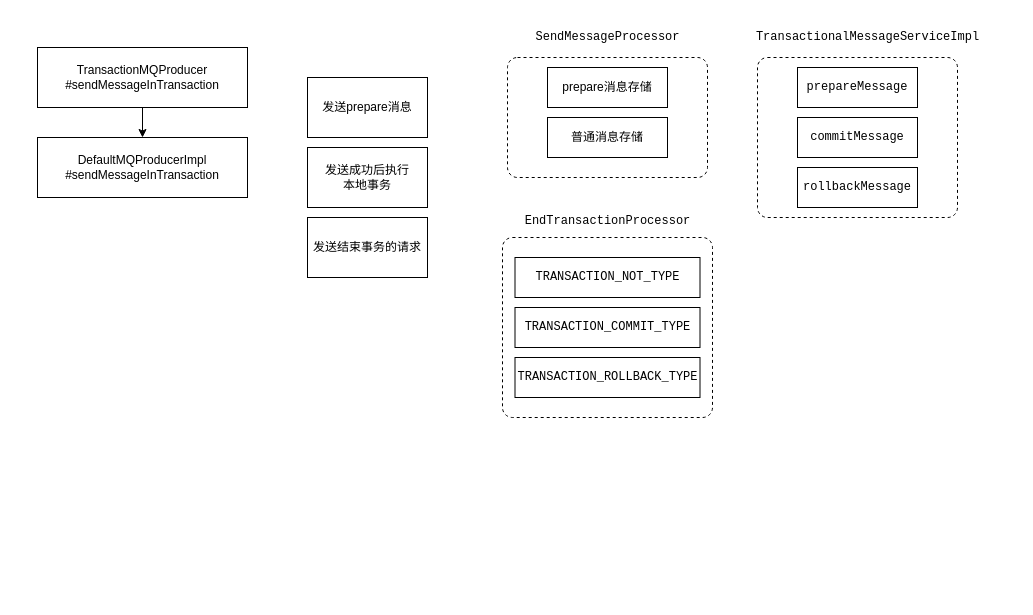
Above: rocketmq/事务消息.drawio in erlieStar/diagrams (draw.io), before the change. Source tidied: cells renumbered, new cells numbered last; positions are measured from the earlier drawing's top-left corner, leaving out a move shared by most shapes. Both pictures are drawn from the tidied source at 100%, with x=0, y=0 at pixel (37, 17).
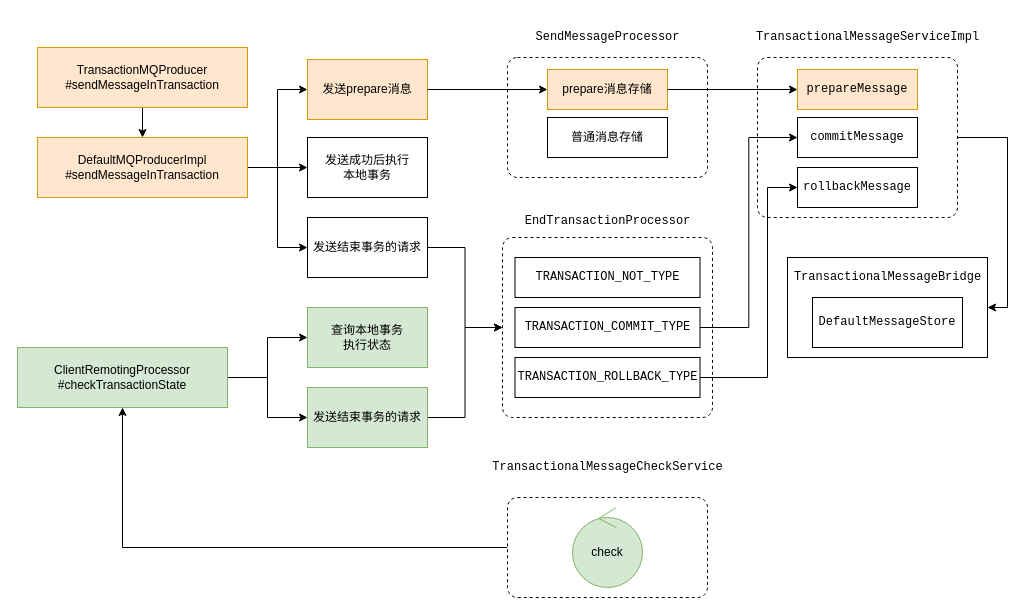
The same diagram, later.

Unchanged cells that the change refers to:
```xml
<mxCell id="7" value="发送结束事务的请求" style="rounded=0;whiteSpace=wrap;html=1;" parent="1" vertex="1">
  <mxGeometry x="270" y="200" width="120" height="60" as="geometry" />
</mxCell>
<mxCell id="13" style="html=1;align=center;verticalAlign=top;rounded=1;absoluteArcSize=1;arcSize=20;dashed=1;" parent="1" vertex="1">
  <mxGeometry x="720" y="40" width="200" height="160" as="geometry" />
</mxCell>
<mxCell id="15" value="&lt;pre&gt;commitMessage&lt;/pre&gt;" style="rounded=0;whiteSpace=wrap;html=1;" parent="1" vertex="1">
  <mxGeometry x="760" y="100" width="120" height="40" as="geometry" />
</mxCell>
<mxCell id="16" value="&lt;pre&gt;&lt;pre&gt;rollbackMessage&lt;/pre&gt;&lt;/pre&gt;" style="rounded=0;whiteSpace=wrap;html=1;" parent="1" vertex="1">
  <mxGeometry x="760" y="150" width="120" height="40" as="geometry" />
</mxCell>
<mxCell id="17" style="html=1;align=center;verticalAlign=top;rounded=1;absoluteArcSize=1;arcSize=20;dashed=1;" parent="1" vertex="1">
  <mxGeometry x="465" y="220" width="210" height="180" as="geometry" />
</mxCell>
<mxCell id="20" value="&lt;pre&gt;&lt;pre&gt;TRANSACTION_COMMIT_TYPE&lt;/pre&gt;&lt;/pre&gt;" style="rounded=0;whiteSpace=wrap;html=1;" parent="1" vertex="1">
  <mxGeometry x="477.5" y="290" width="185" height="40" as="geometry" />
</mxCell>
<mxCell id="21" value="&lt;pre&gt;&lt;pre&gt;&lt;pre&gt;TRANSACTION_ROLLBACK_TYPE&lt;/pre&gt;&lt;/pre&gt;&lt;/pre&gt;" style="rounded=0;whiteSpace=wrap;html=1;" parent="1" vertex="1">
  <mxGeometry x="477.5" y="340" width="185" height="40" as="geometry" />
</mxCell>
```

The edit, as a diff of the source:
```diff
@@
+    <mxCell id="22" style="rounded=0;whiteSpace=wrap;html=1;" parent="1" vertex="1">
+      <mxGeometry x="750" y="240" width="200" height="100" as="geometry" />
+    </mxCell>
@@
-    <mxCell id="3" value="TransactionMQProducer&lt;br&gt;#sendMessageInTransaction" style="rounded=0;whiteSpace=wrap;html=1;" parent="1" vertex="1">
+    <mxCell id="3" value="TransactionMQProducer&lt;br&gt;#sendMessageInTransaction" style="rounded=0;whiteSpace=wrap;html=1;fillColor=#ffe6cc;strokeColor=#d79b00;" parent="1" vertex="1">
       <mxGeometry y="30" width="210" height="60" as="geometry" />
     </mxCell>
+    <mxCell id="23" style="edgeStyle=orthogonalEdgeStyle;rounded=0;jettySize=auto;html=1;exitX=1;exitY=0.5;exitDx=0;exitDy=0;entryX=0;entryY=0.5;entryDx=0;entryDy=0;" parent="1" edge="1" source="4" target="5">
+      <mxGeometry relative="1" as="geometry" />
+    </mxCell>
+    <mxCell id="24" style="edgeStyle=orthogonalEdgeStyle;rounded=0;jettySize=auto;html=1;exitX=1;exitY=0.5;exitDx=0;exitDy=0;entryX=0;entryY=0.5;entryDx=0;entryDy=0;" parent="1" edge="1" source="4" target="6">
+      <mxGeometry relative="1" as="geometry" />
+    </mxCell>
+    <mxCell id="25" style="edgeStyle=orthogonalEdgeStyle;rounded=0;jettySize=auto;html=1;exitX=1;exitY=0.5;exitDx=0;exitDy=0;entryX=0;entryY=0.5;entryDx=0;entryDy=0;" parent="1" edge="1" source="4" target="7">
+      <mxGeometry relative="1" as="geometry" />
+    </mxCell>
-    <mxCell id="4" value="DefaultMQProducerImpl&lt;br&gt;#sendMessageInTransaction" style="rounded=0;whiteSpace=wrap;html=1;" parent="1" vertex="1">
+    <mxCell id="4" value="DefaultMQProducerImpl&lt;br&gt;#sendMessageInTransaction" style="rounded=0;whiteSpace=wrap;html=1;fillColor=#ffe6cc;strokeColor=#d79b00;" parent="1" vertex="1">
       <mxGeometry y="120" width="210" height="60" as="geometry" />
     </mxCell>
-    <mxCell id="5" value="发送prepare消息" style="rounded=0;whiteSpace=wrap;html=1;" parent="1" vertex="1">
-      <mxGeometry x="270" y="60" width="120" height="60" as="geometry" />
+    <mxCell id="5" value="发送prepare消息" style="rounded=0;whiteSpace=wrap;html=1;fillColor=#ffe6cc;strokeColor=#d79b00;" parent="1" vertex="1">
+      <mxGeometry x="270" y="42" width="120" height="60" as="geometry" />
     </mxCell>
     <mxCell id="6" value="发送成功后执行&lt;br&gt;本地事务" style="rounded=0;whiteSpace=wrap;html=1;" parent="1" vertex="1">
-      <mxGeometry x="270" y="130" width="120" height="60" as="geometry" />
+      <mxGeometry x="270" y="120" width="120" height="60" as="geometry" />
     </mxCell>
+    <mxCell id="26" style="edgeStyle=orthogonalEdgeStyle;rounded=0;jettySize=auto;html=1;exitX=1;exitY=0.5;exitDx=0;exitDy=0;entryX=0;entryY=0.5;entryDx=0;entryDy=0;" parent="1" edge="1" source="7" target="17">
+      <mxGeometry relative="1" as="geometry" />
+    </mxCell>
@@
-    <mxCell id="10" value="prepare消息存储" style="rounded=0;whiteSpace=wrap;html=1;" parent="1" vertex="1">
-      <mxGeometry x="510" y="50" width="120" height="40" as="geometry" />
+    <mxCell id="10" value="prepare消息存储" style="rounded=0;whiteSpace=wrap;html=1;fillColor=#ffe6cc;strokeColor=#d79b00;" parent="1" vertex="1">
+      <mxGeometry x="510" y="52" width="120" height="40" as="geometry" />
     </mxCell>
@@
+    <mxCell id="27" style="edgeStyle=orthogonalEdgeStyle;rounded=0;jettySize=auto;html=1;exitX=1;exitY=0.5;exitDx=0;exitDy=0;entryX=1;entryY=0.5;entryDx=0;entryDy=0;" parent="1" edge="1" source="13" target="22">
+      <mxGeometry relative="1" as="geometry" />
+    </mxCell>
@@
-    <mxCell id="14" value="&lt;pre&gt;prepareMessage&lt;/pre&gt;" style="rounded=0;whiteSpace=wrap;html=1;" parent="1" vertex="1">
-      <mxGeometry x="760" y="50" width="120" height="40" as="geometry" />
+    <mxCell id="14" value="&lt;pre&gt;prepareMessage&lt;/pre&gt;" style="rounded=0;whiteSpace=wrap;html=1;fillColor=#ffe6cc;strokeColor=#d79b00;" parent="1" vertex="1">
+      <mxGeometry x="760" y="52" width="120" height="40" as="geometry" />
     </mxCell>
@@
+    <mxCell id="28" style="edgeStyle=orthogonalEdgeStyle;rounded=0;jettySize=auto;html=1;exitX=1;exitY=0.5;exitDx=0;exitDy=0;entryX=0;entryY=0.5;entryDx=0;entryDy=0;" parent="1" edge="1" source="20" target="15">
+      <mxGeometry relative="1" as="geometry" />
+    </mxCell>
@@
+    <mxCell id="29" style="edgeStyle=orthogonalEdgeStyle;rounded=0;jettySize=auto;html=1;exitX=1;exitY=0.5;exitDx=0;exitDy=0;entryX=0;entryY=0.5;entryDx=0;entryDy=0;" parent="1" edge="1" source="21" target="16">
+      <mxGeometry relative="1" as="geometry">
+        <Array as="points">
+          <mxPoint x="730" y="360" />
+          <mxPoint x="730" y="170" />
+        </Array>
+      </mxGeometry>
+    </mxCell>
@@
+    <mxCell id="30" value="&lt;pre&gt;DefaultMessageStore&lt;/pre&gt;" style="rounded=0;whiteSpace=wrap;html=1;" parent="1" vertex="1">
+      <mxGeometry x="775" y="280" width="150" height="50" as="geometry" />
+    </mxCell>
+    <mxCell id="31" value="&lt;pre&gt;TransactionalMessageBridge&lt;/pre&gt;" style="text;html=1;align=center;verticalAlign=middle;strokeColor=none;fillColor=none;" parent="1" vertex="1">
+      <mxGeometry x="750" y="240" width="200" height="40" as="geometry" />
+    </mxCell>
+    <mxCell id="32" style="edgeStyle=orthogonalEdgeStyle;rounded=0;jettySize=auto;html=1;exitX=1;exitY=0.5;exitDx=0;exitDy=0;entryX=0;entryY=0.5;entryDx=0;entryDy=0;" parent="1" edge="1" source="5" target="10">
+      <mxGeometry relative="1" as="geometry" />
+    </mxCell>
+    <mxCell id="33" style="edgeStyle=orthogonalEdgeStyle;rounded=0;jettySize=auto;html=1;exitX=1;exitY=0.5;exitDx=0;exitDy=0;entryX=0;entryY=0.5;entryDx=0;entryDy=0;" parent="1" edge="1" source="10" target="14">
+      <mxGeometry relative="1" as="geometry" />
+    </mxCell>
+    <mxCell id="34" style="edgeStyle=orthogonalEdgeStyle;rounded=0;jettySize=auto;html=1;exitX=0;exitY=0.5;exitDx=0;exitDy=0;entryX=0.5;entryY=1;entryDx=0;entryDy=0;" parent="1" edge="1" source="35" target="40">
+      <mxGeometry relative="1" as="geometry" />
+    </mxCell>
+    <mxCell id="35" style="html=1;align=center;verticalAlign=top;rounded=1;absoluteArcSize=1;arcSize=20;dashed=1;" parent="1" vertex="1">
+      <mxGeometry x="470" y="480" width="200" height="100" as="geometry" />
+    </mxCell>
+    <mxCell id="36" value="&lt;pre&gt;TransactionalMessageCheckService&lt;/pre&gt;" style="text;html=1;align=center;verticalAlign=middle;strokeColor=none;fillColor=none;" parent="1" vertex="1">
+      <mxGeometry x="445" y="430" width="250" height="40" as="geometry" />
+    </mxCell>
+    <mxCell id="37" value="check" style="ellipse;shape=umlControl;whiteSpace=wrap;html=1;fillColor=#d5e8d4;strokeColor=#82b366;" parent="1" vertex="1">
+      <mxGeometry x="535" y="490" width="70" height="80" as="geometry" />
+    </mxCell>
+    <mxCell id="38" style="edgeStyle=orthogonalEdgeStyle;rounded=0;jettySize=auto;html=1;exitX=1;exitY=0.5;exitDx=0;exitDy=0;entryX=0;entryY=0.5;entryDx=0;entryDy=0;" parent="1" edge="1" source="40" target="41">
+      <mxGeometry relative="1" as="geometry" />
+    </mxCell>
+    <mxCell id="39" style="edgeStyle=orthogonalEdgeStyle;rounded=0;jettySize=auto;html=1;exitX=1;exitY=0.5;exitDx=0;exitDy=0;entryX=0;entryY=0.5;entryDx=0;entryDy=0;" parent="1" edge="1" source="40" target="43">
+      <mxGeometry relative="1" as="geometry" />
+    </mxCell>
+    <mxCell id="40" value="&lt;span&gt;ClientRemotingProcessor&lt;/span&gt;&lt;br&gt;&lt;span&gt;#checkTransactionState&lt;br&gt;&lt;/span&gt;" style="rounded=0;whiteSpace=wrap;html=1;fillColor=#d5e8d4;strokeColor=#82b366;" parent="1" vertex="1">
+      <mxGeometry x="-20" y="330" width="210" height="60" as="geometry" />
+    </mxCell>
+    <mxCell id="41" value="查询本地事务&lt;br&gt;执行状态" style="rounded=0;whiteSpace=wrap;html=1;fillColor=#d5e8d4;strokeColor=#82b366;" parent="1" vertex="1">
+      <mxGeometry x="270" y="290" width="120" height="60" as="geometry" />
+    </mxCell>
+    <mxCell id="42" style="edgeStyle=orthogonalEdgeStyle;rounded=0;jettySize=auto;html=1;exitX=1;exitY=0.5;exitDx=0;exitDy=0;entryX=0;entryY=0.5;entryDx=0;entryDy=0;" parent="1" edge="1" source="43" target="17">
+      <mxGeometry relative="1" as="geometry" />
+    </mxCell>
+    <mxCell id="43" value="发送结束事务的请求" style="rounded=0;whiteSpace=wrap;html=1;fillColor=#d5e8d4;strokeColor=#82b366;" parent="1" vertex="1">
+      <mxGeometry x="270" y="370" width="120" height="60" as="geometry" />
+    </mxCell>
```
